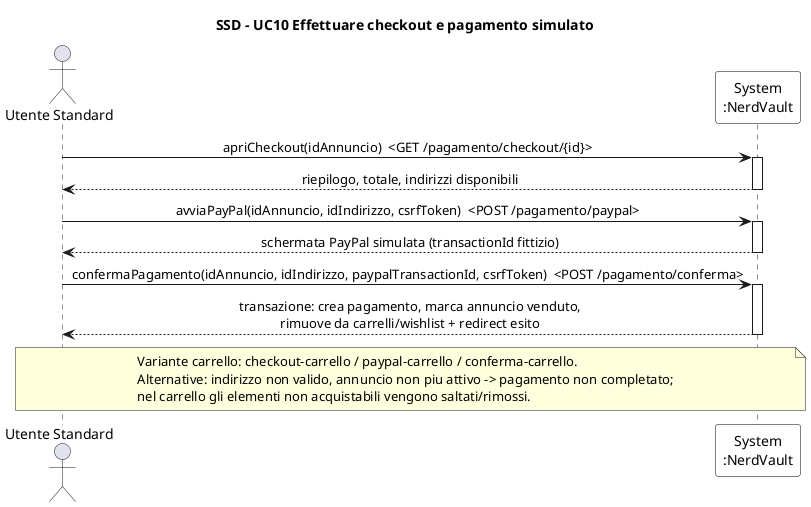
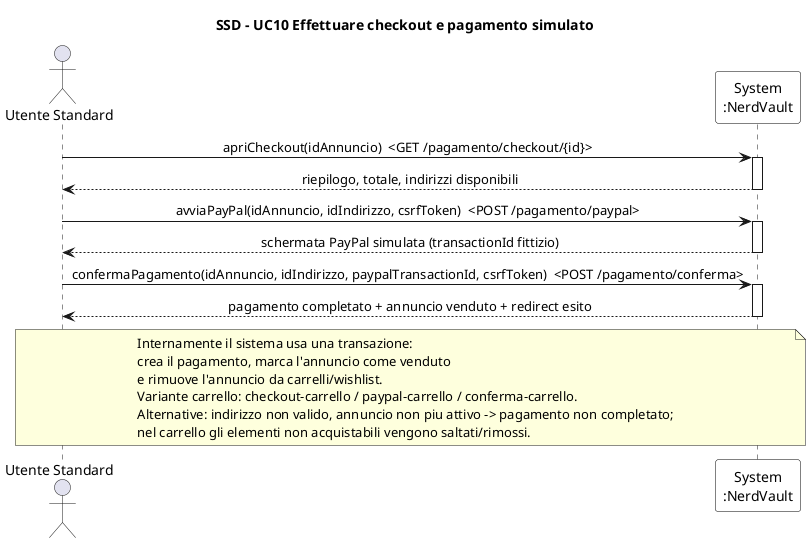
@startuml SSD_UC10_CheckoutPagamento
' System Sequence Diagram - UC10 Effettuare checkout e pagamento simulato
title SSD - UC10 Effettuare checkout e pagamento simulato

skinparam sequenceMessageAlign center
skinparam participant {
  BorderColor black
  BackgroundColor white
}

actor "Utente Standard" as U
participant "System\n:NerdVault" as S

U -> S : apriCheckout(idAnnuncio)  <GET /pagamento/checkout/{id}>
activate S
S --> U : riepilogo, totale, indirizzi disponibili
deactivate S

U -> S : avviaPayPal(idAnnuncio, idIndirizzo, csrfToken)  <POST /pagamento/paypal>
activate S
S --> U : schermata PayPal simulata (transactionId fittizio)
deactivate S

U -> S : confermaPagamento(idAnnuncio, idIndirizzo, paypalTransactionId, csrfToken)  <POST /pagamento/conferma>
activate S
- S --> U : transazione: crea pagamento, marca annuncio venduto,\nrimuove da carrelli/wishlist + redirect esito
+ S --> U : pagamento completato + annuncio venduto + redirect esito
deactivate S

note over U, S
+   Internamente il sistema usa una transazione:
+   crea il pagamento, marca l'annuncio come venduto
+   e rimuove l'annuncio da carrelli/wishlist.
  Variante carrello: checkout-carrello / paypal-carrello / conferma-carrello.
  Alternative: indirizzo non valido, annuncio non piu attivo -> pagamento non completato;
  nel carrello gli elementi non acquistabili vengono saltati/rimossi.
end note
@enduml
